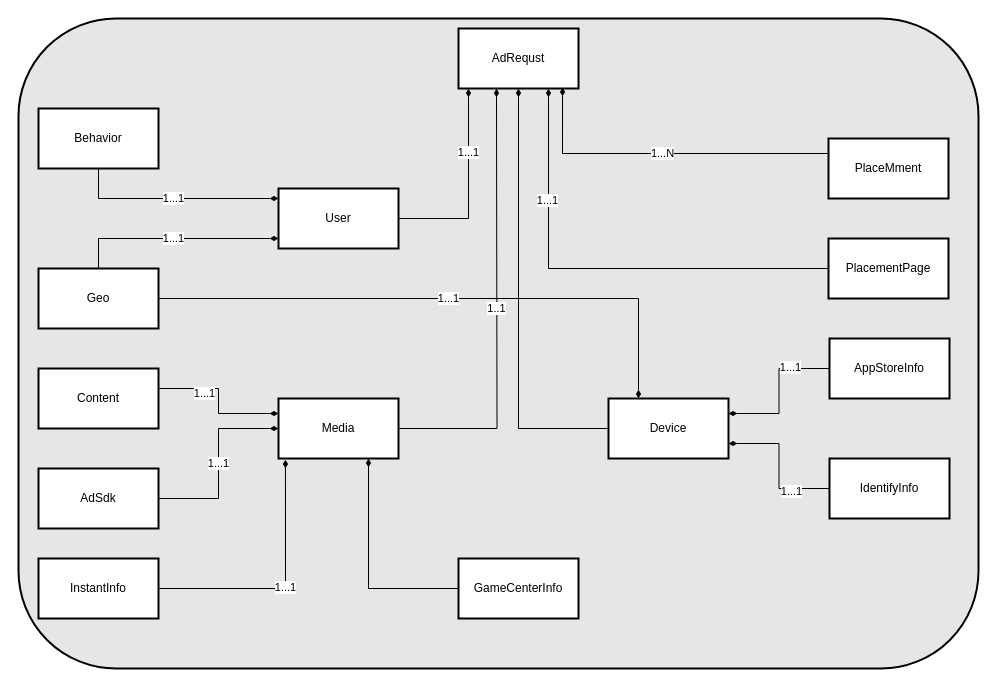
The draw.io diagram universal-engine/universal_domain_entity.drawio in karlchan-cn/drawio-repository, before the edit. Source tidied: cells renumbered, new cells numbered last; positions are measured from the earlier drawing's top-left corner, leaving out a move shared by most shapes. Both pictures are drawn from the tidied source at 100%, with x=0, y=0 at pixel (18, 18).
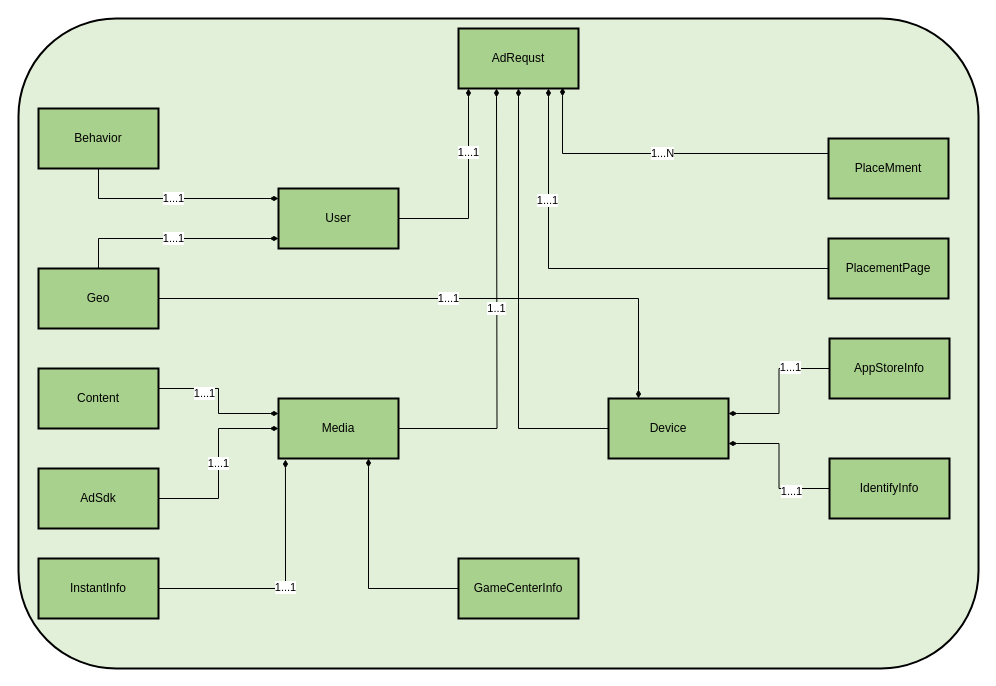
Above is the later version.

Change to the diagram source:
```diff
@@
-    <mxCell id="2" style="rounded=1;whiteSpace=wrap;html=1;strokeWidth=2;fillColor=#E6E6E6;" parent="1" vertex="1">
+    <mxCell id="2" style="rounded=1;whiteSpace=wrap;html=1;strokeWidth=2;fillColor=#E2F0D9;" parent="1" vertex="1">
       <mxGeometry width="960" height="650" as="geometry" />
     </mxCell>
-    <mxCell id="3" value="AdRequst" style="rounded=0;whiteSpace=wrap;html=1;fillColor=default;strokeWidth=2;" parent="1" vertex="1">
+    <mxCell id="3" value="AdRequst" style="rounded=0;whiteSpace=wrap;html=1;fillColor=#A9D18E;strokeWidth=2;" parent="1" vertex="1">
       <mxGeometry x="440" y="10" width="120" height="60" as="geometry" />
     </mxCell>
@@
-    <mxCell id="6" value="PlacementPage" style="rounded=0;whiteSpace=wrap;html=1;fillColor=default;strokeWidth=2;" parent="1" vertex="1">
+    <mxCell id="6" value="PlacementPage" style="rounded=0;whiteSpace=wrap;html=1;fillColor=#A9D18E;strokeWidth=2;" parent="1" vertex="1">
       <mxGeometry x="810" y="220" width="120" height="60" as="geometry" />
     </mxCell>
@@
-    <mxCell id="8" value="PlaceMment" style="rounded=0;whiteSpace=wrap;html=1;fillColor=default;strokeWidth=2;" parent="1" vertex="1">
+    <mxCell id="8" value="PlaceMment" style="rounded=0;whiteSpace=wrap;html=1;fillColor=#A9D18E;strokeWidth=2;" parent="1" vertex="1">
       <mxGeometry x="810" y="120" width="120" height="60" as="geometry" />
     </mxCell>
@@
-    <mxCell id="10" value="User" style="rounded=0;whiteSpace=wrap;html=1;fillColor=default;strokeWidth=2;" parent="1" vertex="1">
+    <mxCell id="10" value="User" style="rounded=0;whiteSpace=wrap;html=1;fillColor=#A9D18E;strokeWidth=2;" parent="1" vertex="1">
       <mxGeometry x="260" y="170" width="120" height="60" as="geometry" />
     </mxCell>
@@
-    <mxCell id="12" value="Behavior" style="rounded=0;whiteSpace=wrap;html=1;fillColor=default;strokeWidth=2;" parent="1" vertex="1">
+    <mxCell id="12" value="Behavior" style="rounded=0;whiteSpace=wrap;html=1;fillColor=#A9D18E;strokeWidth=2;" parent="1" vertex="1">
       <mxGeometry x="20" y="90" width="120" height="60" as="geometry" />
     </mxCell>
@@
-    <mxCell id="15" value="Geo" style="rounded=0;whiteSpace=wrap;html=1;fillColor=default;strokeWidth=2;" parent="1" vertex="1">
+    <mxCell id="15" value="Geo" style="rounded=0;whiteSpace=wrap;html=1;fillColor=#A9D18E;strokeWidth=2;" parent="1" vertex="1">
       <mxGeometry x="20" y="250" width="120" height="60" as="geometry" />
     </mxCell>
@@
-    <mxCell id="17" value="Media" style="rounded=0;whiteSpace=wrap;html=1;fillColor=default;strokeWidth=2;" parent="1" vertex="1">
+    <mxCell id="17" value="Media" style="rounded=0;whiteSpace=wrap;html=1;fillColor=#A9D18E;strokeWidth=2;" parent="1" vertex="1">
       <mxGeometry x="260" y="380" width="120" height="60" as="geometry" />
     </mxCell>
@@
-    <mxCell id="20" value="Content" style="rounded=0;whiteSpace=wrap;html=1;fillColor=default;strokeWidth=2;" parent="1" vertex="1">
+    <mxCell id="20" value="Content" style="rounded=0;whiteSpace=wrap;html=1;fillColor=#A9D18E;strokeWidth=2;" parent="1" vertex="1">
       <mxGeometry x="20" y="350" width="120" height="60" as="geometry" />
     </mxCell>
@@
-    <mxCell id="22" value="AdSdk" style="rounded=0;whiteSpace=wrap;html=1;fillColor=default;strokeWidth=2;" parent="1" vertex="1">
+    <mxCell id="22" value="AdSdk" style="rounded=0;whiteSpace=wrap;html=1;fillColor=#A9D18E;strokeWidth=2;" parent="1" vertex="1">
       <mxGeometry x="20" y="450" width="120" height="60" as="geometry" />
     </mxCell>
@@
-    <mxCell id="24" value="InstantInfo" style="rounded=0;whiteSpace=wrap;html=1;fillColor=default;strokeWidth=2;" parent="1" vertex="1">
+    <mxCell id="24" value="InstantInfo" style="rounded=0;whiteSpace=wrap;html=1;fillColor=#A9D18E;strokeWidth=2;" parent="1" vertex="1">
       <mxGeometry x="20" y="540" width="120" height="60" as="geometry" />
     </mxCell>
@@
-    <mxCell id="26" value="GameCenterInfo" style="rounded=0;whiteSpace=wrap;html=1;fillColor=default;strokeWidth=2;" parent="1" vertex="1">
+    <mxCell id="26" value="GameCenterInfo" style="rounded=0;whiteSpace=wrap;html=1;fillColor=#A9D18E;strokeWidth=2;" parent="1" vertex="1">
       <mxGeometry x="440" y="540" width="120" height="60" as="geometry" />
     </mxCell>
@@
-    <mxCell id="28" value="Device" style="rounded=0;whiteSpace=wrap;html=1;fillColor=default;strokeWidth=2;" parent="1" vertex="1">
+    <mxCell id="28" value="Device" style="rounded=0;whiteSpace=wrap;html=1;fillColor=#A9D18E;strokeWidth=2;" parent="1" vertex="1">
       <mxGeometry x="590" y="380" width="120" height="60" as="geometry" />
     </mxCell>
@@
-    <mxCell id="31" value="AppStoreInfo" style="rounded=0;whiteSpace=wrap;html=1;fillColor=default;strokeWidth=2;" parent="1" vertex="1">
+    <mxCell id="31" value="AppStoreInfo" style="rounded=0;whiteSpace=wrap;html=1;fillColor=#A9D18E;strokeWidth=2;" parent="1" vertex="1">
       <mxGeometry x="811" y="320" width="120" height="60" as="geometry" />
     </mxCell>
@@
-    <mxCell id="34" value="IdentifyInfo" style="rounded=0;whiteSpace=wrap;html=1;fillColor=default;strokeWidth=2;" parent="1" vertex="1">
+    <mxCell id="34" value="IdentifyInfo" style="rounded=0;whiteSpace=wrap;html=1;fillColor=#A9D18E;strokeWidth=2;" parent="1" vertex="1">
       <mxGeometry x="811" y="440" width="120" height="60" as="geometry" />
     </mxCell>
```
